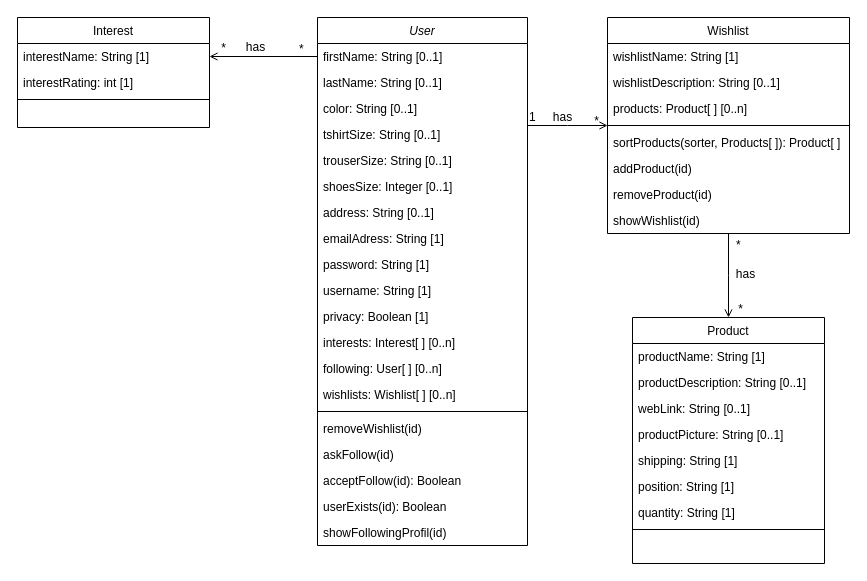
The draw.io diagram Diagrammes/ClassDiagram.drawio in NNepper/LSINF1225-2020-GroupeL1.1-WishList, before the edit. Source tidied: cells renumbered, new cells numbered last; positions are measured from the earlier drawing's top-left corner, leaving out a move shared by most shapes. Both pictures are drawn from the tidied source at 100%, with x=0, y=0 at pixel (17, 17).
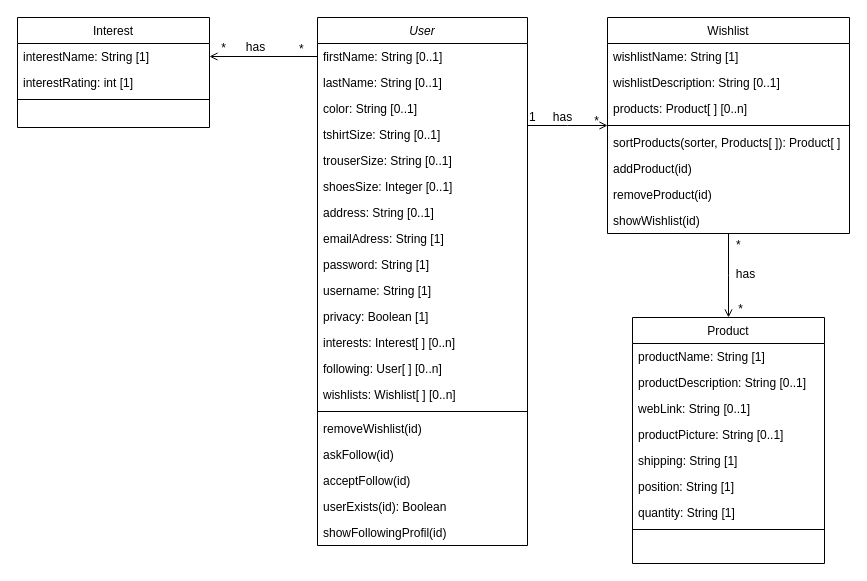
After the change.

Commit message (it also covers changes not shown here):
Correction des valeurs renvoyées par les fonctions

The change refers to these unchanged cells:
```xml
<mxCell id="2" value="User" style="swimlane;fontStyle=2;align=center;verticalAlign=top;horizontal=1;startSize=26;rounded=0;shadow=0;strokeWidth=1;" parent="1" vertex="1">
  <mxGeometry x="300" width="210" height="528" as="geometry" />
</mxCell>
```

Change to the diagram source:
```diff
@@
-    <mxCell id="20" value="acceptFollow(id): Boolean" style="text;align=left;verticalAlign=top;spacingLeft=4;spacingRight=4;overflow=hidden;" parent="2" vertex="1">
+    <mxCell id="20" value="acceptFollow(id)" style="text;align=left;verticalAlign=top;spacingLeft=4;spacingRight=4;overflow=hidden;" parent="2" vertex="1">
       <mxGeometry y="450" width="210" height="26" as="geometry" />
     </mxCell>
```
